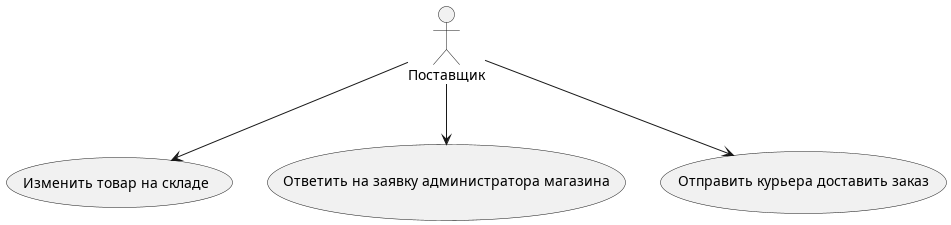
Earlier version of the PlantUML export uml-диаграммы/out/Поставщик/диаграмма_прецедентов_Поставщик/диаграмма_прецедентов_Поставщик.png (BombasticFantastik/PIS_Course_work).
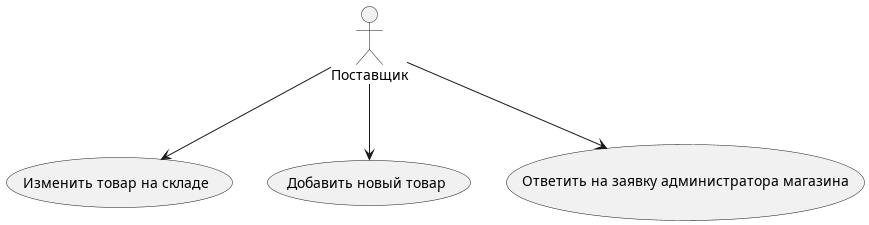
The same file after the commit.

The edit, as a diff of the source:
```diff
@@ -2,8 +2,9 @@
 
 
 Поставщик --> (Изменить товар на складе)
+Поставщик --> (Добавить новый товар)
 Поставщик --> (Ответить на заявку администратора магазина)
-Поставщик --> (Отправить курьера доставить заказ)
+
 
 
 
```
